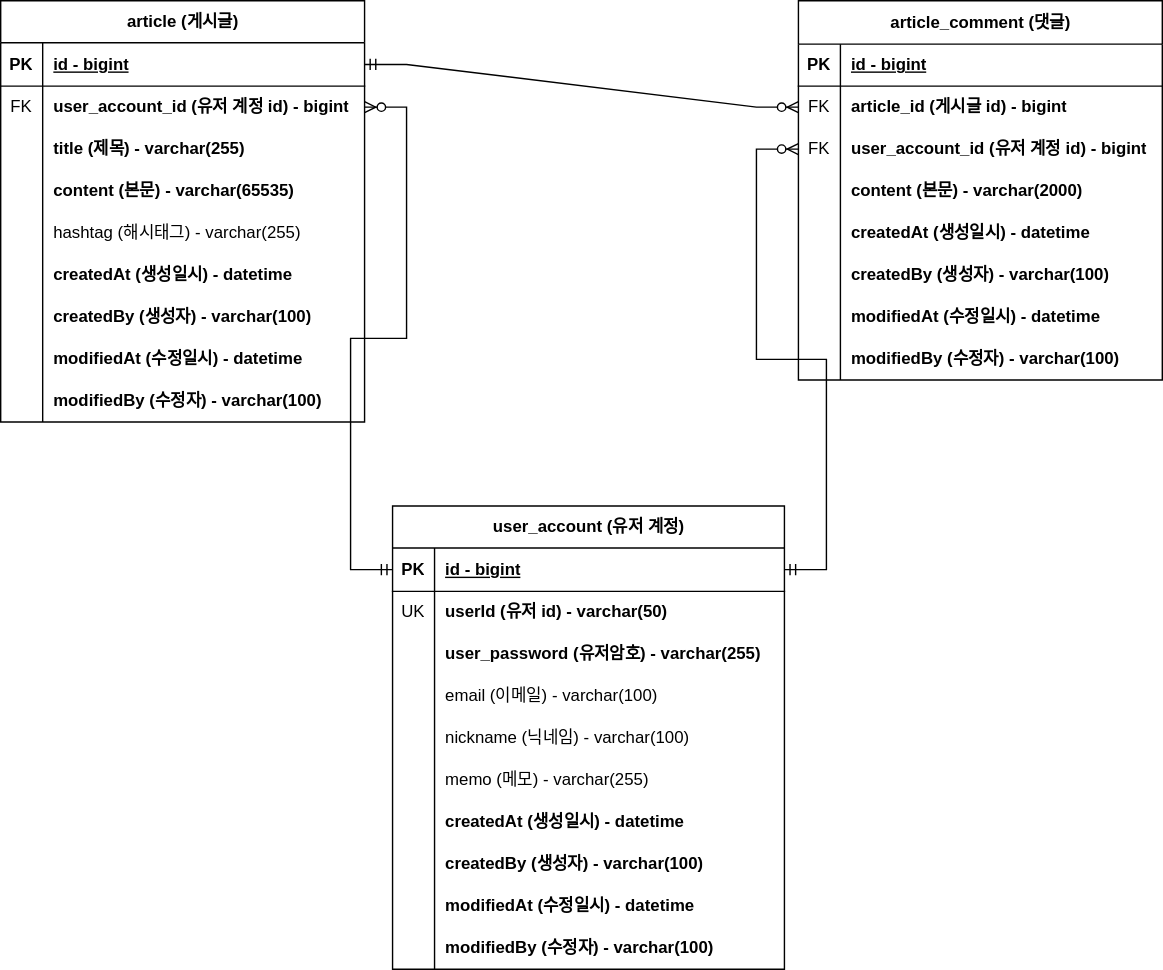
This is document/project-board-erd.svg from hajungIm/project-board, a draw.io export, as it was before one commit. Source tidied: cells renumbered, new cells last; positions are measured from the earlier drawing's top-left corner, leaving out a move shared by most shapes.
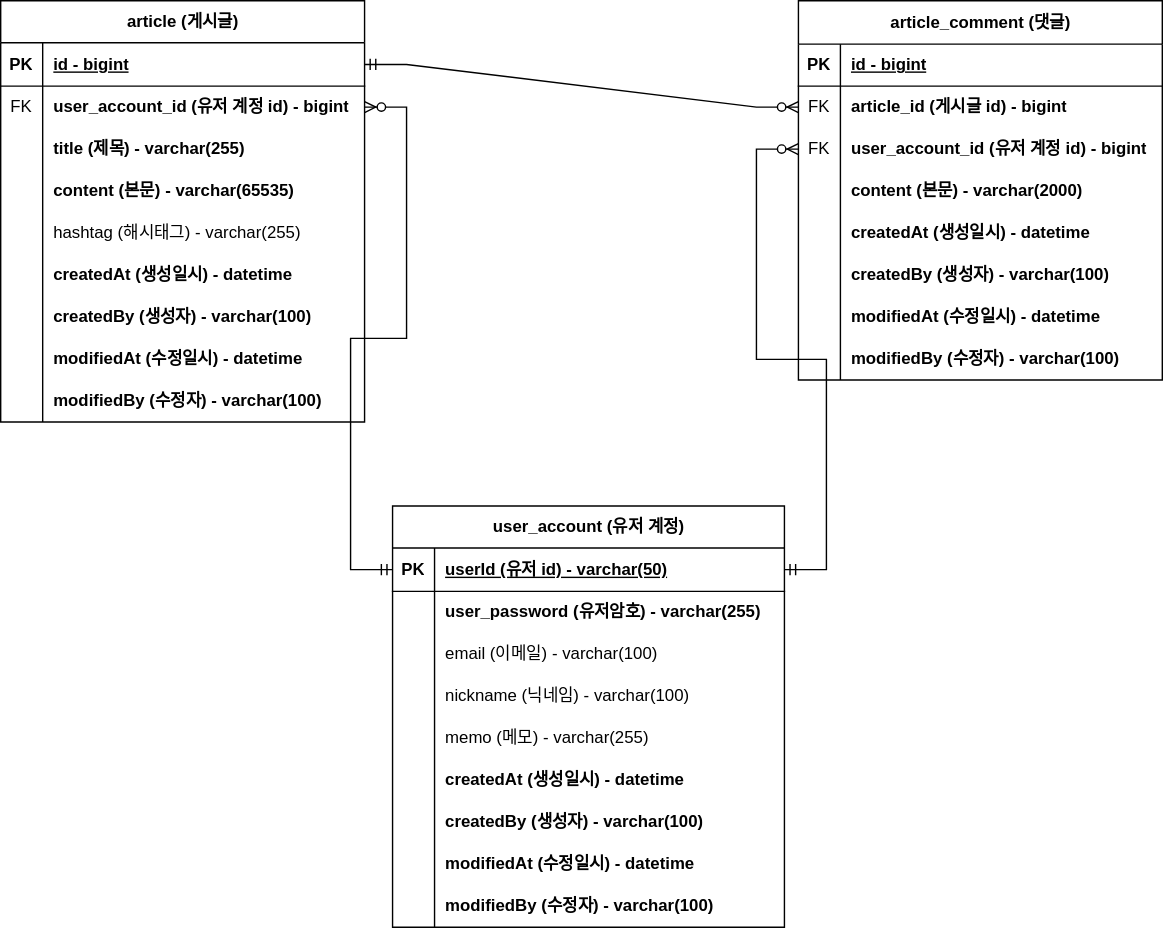
The same diagram one commit later.

Commit message:
#33 - ERD 문서 수정: 회원 계정 user_id 를 PK 로 변경

회원 계정 기존 `id`를 삭제하고 `user_id`를 pk로 변경하는 그림 적용

The edit, as a diff of the source:
```diff
@@ -165,7 +165,7 @@
       <mxGeometry relative="1" as="geometry" />
     </mxCell>
     <mxCell id="56" value="user_account (유저 계정)" style="shape=table;startSize=30;rowLines=0;fontStyle=1;align=center;html=1;" parent="1" vertex="1">
-      <mxGeometry x="280" y="361" width="280" height="331" as="geometry" />
+      <mxGeometry x="280" y="361" width="280" height="301" as="geometry" />
     </mxCell>
     <mxCell id="57" style="shape=tableRow;horizontal=0;startSize=0;swimlaneHead=0;swimlaneBody=0;fillColor=none;points=[[0,0.5],[1,0.5]];portConstraint=eastwest;top=0;left=0;right=0;bottom=1;" parent="56" vertex="1">
       <mxGeometry y="30" width="280" height="31" as="geometry" />
@@ -173,20 +173,11 @@
     <mxCell id="58" value="PK" style="shape=partialRectangle;fillColor=none;top=0;left=0;bottom=0;right=0;fontStyle=1;overflow=hidden;whiteSpace=wrap;html=1;" parent="57" vertex="1">
       <mxGeometry width="30" height="31" as="geometry" />
     </mxCell>
-    <mxCell id="59" value="id - bigint" style="shape=partialRectangle;fillColor=none;top=0;left=0;bottom=0;right=0;align=left;spacingLeft=6;fontStyle=5;overflow=hidden;whiteSpace=wrap;html=1;" parent="57" vertex="1">
+    <mxCell id="59" value="userId (유저 id) - varchar(50)" style="shape=partialRectangle;fillColor=none;top=0;left=0;bottom=0;right=0;align=left;spacingLeft=6;fontStyle=5;overflow=hidden;whiteSpace=wrap;html=1;" parent="57" vertex="1">
       <mxGeometry x="30" width="250" height="31" as="geometry" />
     </mxCell>
-    <mxCell id="60" style="shape=tableRow;horizontal=0;startSize=0;swimlaneHead=0;swimlaneBody=0;fillColor=none;top=0;left=0;right=0;bottom=0;" parent="56" vertex="1">
-      <mxGeometry y="61" width="280" height="30" as="geometry" />
-    </mxCell>
-    <mxCell id="61" value="UK" style="shape=partialRectangle;fillColor=none;top=0;left=0;bottom=0;right=0;overflow=hidden;whiteSpace=wrap;html=1;" parent="60" vertex="1">
-      <mxGeometry width="30" height="30" as="geometry" />
-    </mxCell>
-    <mxCell id="62" value="userId (유저 id) - varchar(50)" style="shape=partialRectangle;fillColor=none;top=0;left=0;bottom=0;right=0;align=left;spacingLeft=6;overflow=hidden;whiteSpace=wrap;html=1;fontStyle=1;" parent="60" vertex="1">
-      <mxGeometry x="30" width="250" height="30" as="geometry" />
-    </mxCell>
     <mxCell id="63" style="shape=tableRow;horizontal=0;startSize=0;swimlaneHead=0;swimlaneBody=0;fillColor=none;top=0;left=0;right=0;bottom=0;" parent="56" vertex="1">
-      <mxGeometry y="91" width="280" height="30" as="geometry" />
+      <mxGeometry y="61" width="280" height="30" as="geometry" />
     </mxCell>
     <mxCell id="64" style="shape=partialRectangle;fillColor=none;top=0;left=0;bottom=0;right=0;overflow=hidden;whiteSpace=wrap;html=1;" parent="63" vertex="1">
       <mxGeometry width="30" height="30" as="geometry" />
@@ -195,7 +186,7 @@
       <mxGeometry x="30" width="250" height="30" as="geometry" />
     </mxCell>
     <mxCell id="66" style="shape=tableRow;horizontal=0;startSize=0;swimlaneHead=0;swimlaneBody=0;fillColor=none;top=0;left=0;right=0;bottom=0;" parent="56" vertex="1">
-      <mxGeometry y="121" width="280" height="30" as="geometry" />
+      <mxGeometry y="91" width="280" height="30" as="geometry" />
     </mxCell>
     <mxCell id="67" style="shape=partialRectangle;fillColor=none;top=0;left=0;bottom=0;right=0;overflow=hidden;whiteSpace=wrap;html=1;" parent="66" vertex="1">
       <mxGeometry width="30" height="30" as="geometry" />
@@ -204,7 +195,7 @@
       <mxGeometry x="30" width="250" height="30" as="geometry" />
     </mxCell>
     <mxCell id="69" style="shape=tableRow;horizontal=0;startSize=0;swimlaneHead=0;swimlaneBody=0;fillColor=none;top=0;left=0;right=0;bottom=0;" parent="56" vertex="1">
-      <mxGeometry y="151" width="280" height="30" as="geometry" />
+      <mxGeometry y="121" width="280" height="30" as="geometry" />
     </mxCell>
     <mxCell id="70" style="shape=partialRectangle;fillColor=none;top=0;left=0;bottom=0;right=0;overflow=hidden;whiteSpace=wrap;html=1;" parent="69" vertex="1">
       <mxGeometry width="30" height="30" as="geometry" />
@@ -213,7 +204,7 @@
       <mxGeometry x="30" width="250" height="30" as="geometry" />
     </mxCell>
     <mxCell id="72" style="shape=tableRow;horizontal=0;startSize=0;swimlaneHead=0;swimlaneBody=0;fillColor=none;top=0;left=0;right=0;bottom=0;" parent="56" vertex="1">
-      <mxGeometry y="181" width="280" height="30" as="geometry" />
+      <mxGeometry y="151" width="280" height="30" as="geometry" />
     </mxCell>
     <mxCell id="73" style="shape=partialRectangle;fillColor=none;top=0;left=0;bottom=0;right=0;overflow=hidden;whiteSpace=wrap;html=1;" parent="72" vertex="1">
       <mxGeometry width="30" height="30" as="geometry" />
@@ -222,7 +213,7 @@
       <mxGeometry x="30" width="250" height="30" as="geometry" />
     </mxCell>
     <mxCell id="75" style="shape=tableRow;horizontal=0;startSize=0;swimlaneHead=0;swimlaneBody=0;fillColor=none;top=0;left=0;right=0;bottom=0;" parent="56" vertex="1">
-      <mxGeometry y="211" width="280" height="30" as="geometry" />
+      <mxGeometry y="181" width="280" height="30" as="geometry" />
     </mxCell>
     <mxCell id="76" style="shape=partialRectangle;fillColor=none;top=0;left=0;bottom=0;right=0;overflow=hidden;whiteSpace=wrap;html=1;" parent="75" vertex="1">
       <mxGeometry width="30" height="30" as="geometry" />
@@ -231,7 +222,7 @@
       <mxGeometry x="30" width="250" height="30" as="geometry" />
     </mxCell>
     <mxCell id="78" style="shape=tableRow;horizontal=0;startSize=0;swimlaneHead=0;swimlaneBody=0;fillColor=none;top=0;left=0;right=0;bottom=0;" parent="56" vertex="1">
-      <mxGeometry y="241" width="280" height="30" as="geometry" />
+      <mxGeometry y="211" width="280" height="30" as="geometry" />
     </mxCell>
     <mxCell id="79" style="shape=partialRectangle;fillColor=none;top=0;left=0;bottom=0;right=0;overflow=hidden;whiteSpace=wrap;html=1;" parent="78" vertex="1">
       <mxGeometry width="30" height="30" as="geometry" />
@@ -240,7 +231,7 @@
       <mxGeometry x="30" width="250" height="30" as="geometry" />
     </mxCell>
     <mxCell id="81" style="shape=tableRow;horizontal=0;startSize=0;swimlaneHead=0;swimlaneBody=0;fillColor=none;top=0;left=0;right=0;bottom=0;" parent="56" vertex="1">
-      <mxGeometry y="271" width="280" height="30" as="geometry" />
+      <mxGeometry y="241" width="280" height="30" as="geometry" />
     </mxCell>
     <mxCell id="82" style="shape=partialRectangle;fillColor=none;top=0;left=0;bottom=0;right=0;overflow=hidden;whiteSpace=wrap;html=1;" parent="81" vertex="1">
       <mxGeometry width="30" height="30" as="geometry" />
@@ -249,7 +240,7 @@
       <mxGeometry x="30" width="250" height="30" as="geometry" />
     </mxCell>
     <mxCell id="84" style="shape=tableRow;horizontal=0;startSize=0;swimlaneHead=0;swimlaneBody=0;fillColor=none;top=0;left=0;right=0;bottom=0;" parent="56" vertex="1">
-      <mxGeometry y="301" width="280" height="30" as="geometry" />
+      <mxGeometry y="271" width="280" height="30" as="geometry" />
     </mxCell>
     <mxCell id="85" style="shape=partialRectangle;fillColor=none;top=0;left=0;bottom=0;right=0;overflow=hidden;whiteSpace=wrap;html=1;" parent="84" vertex="1">
       <mxGeometry width="30" height="30" as="geometry" />
```
